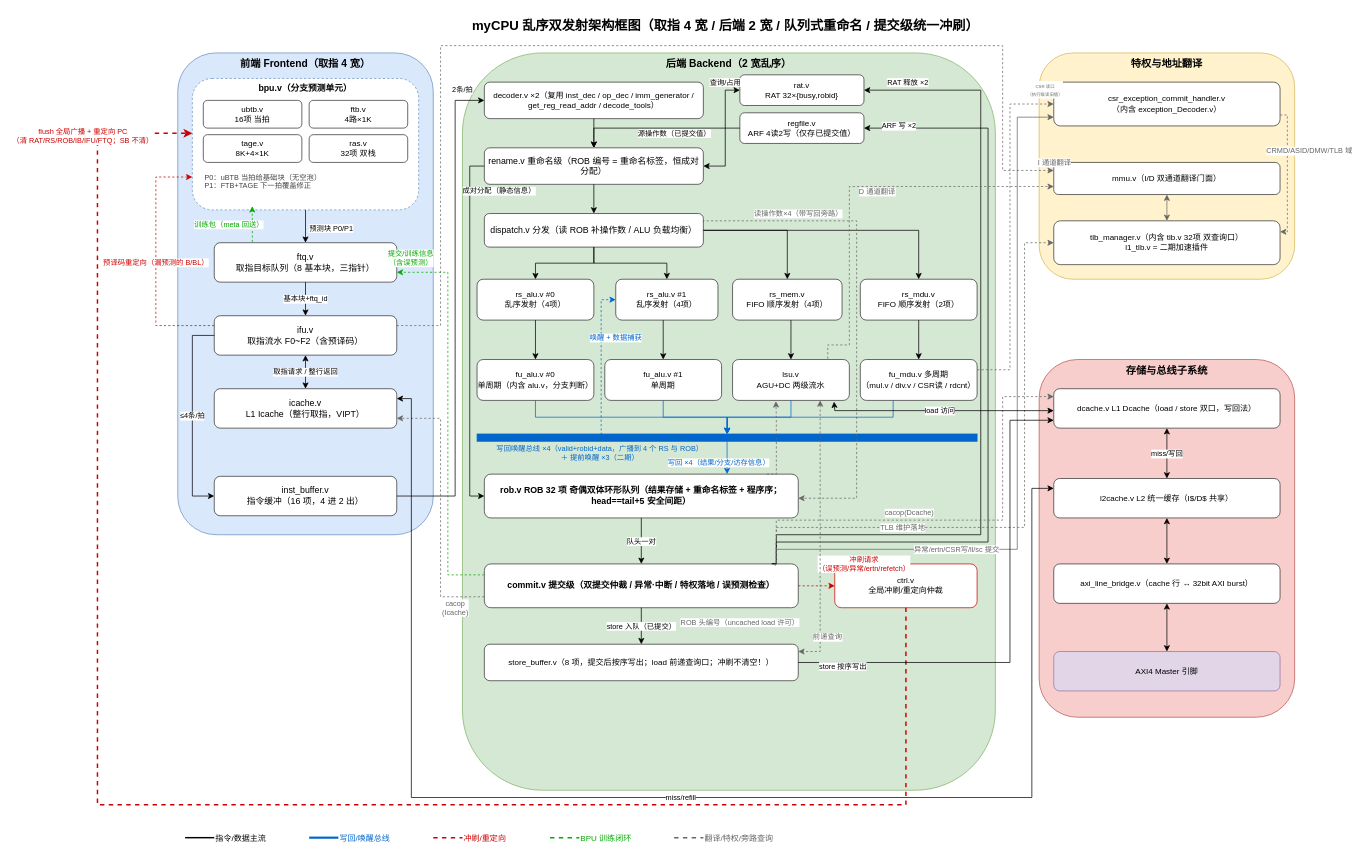
Before: myCPU/doc/mycpu_top_designV3.drawio in 26nscscc-HITSZ-PleaseTypeText/PTT-src, a draw.io diagram. Source tidied: cells renumbered, new cells numbered last; positions are measured from the earlier drawing's top-left corner, leaving out a move shared by most shapes. Both pictures are drawn from the tidied source at 73%, with x=0, y=0 at pixel (97, 12).
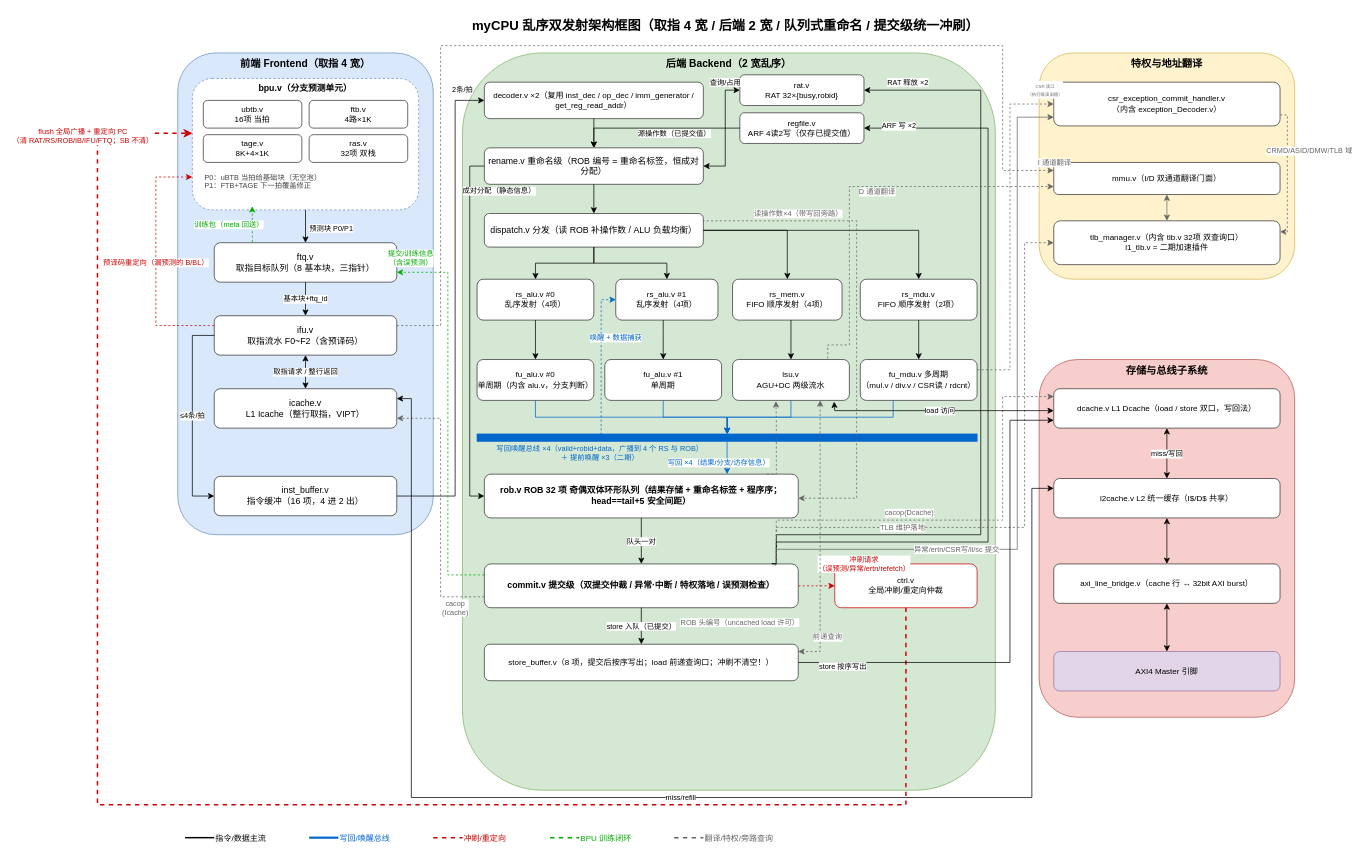
The same diagram, later.

Diff of the diagram source:
```diff
@@
-    <mxCell id="17" value="decoder.v ×2（复用 inst_dec / op_dec / imm_generator / get_reg_read_addr / decode_tools）" style="rounded=1;whiteSpace=wrap;html=1;fontSize=11;fillColor=#ffffff;strokeColor=#333333;" parent="1" vertex="1">
+    <mxCell id="17" value="decoder.v ×2（复用 inst_dec / op_dec / imm_generator / get_reg_read_addr）" style="rounded=1;whiteSpace=wrap;html=1;fontSize=11;fillColor=#ffffff;strokeColor=#333333;" parent="1" vertex="1">
       <mxGeometry x="530" y="95" width="300" height="50" as="geometry" />
     </mxCell>
```
